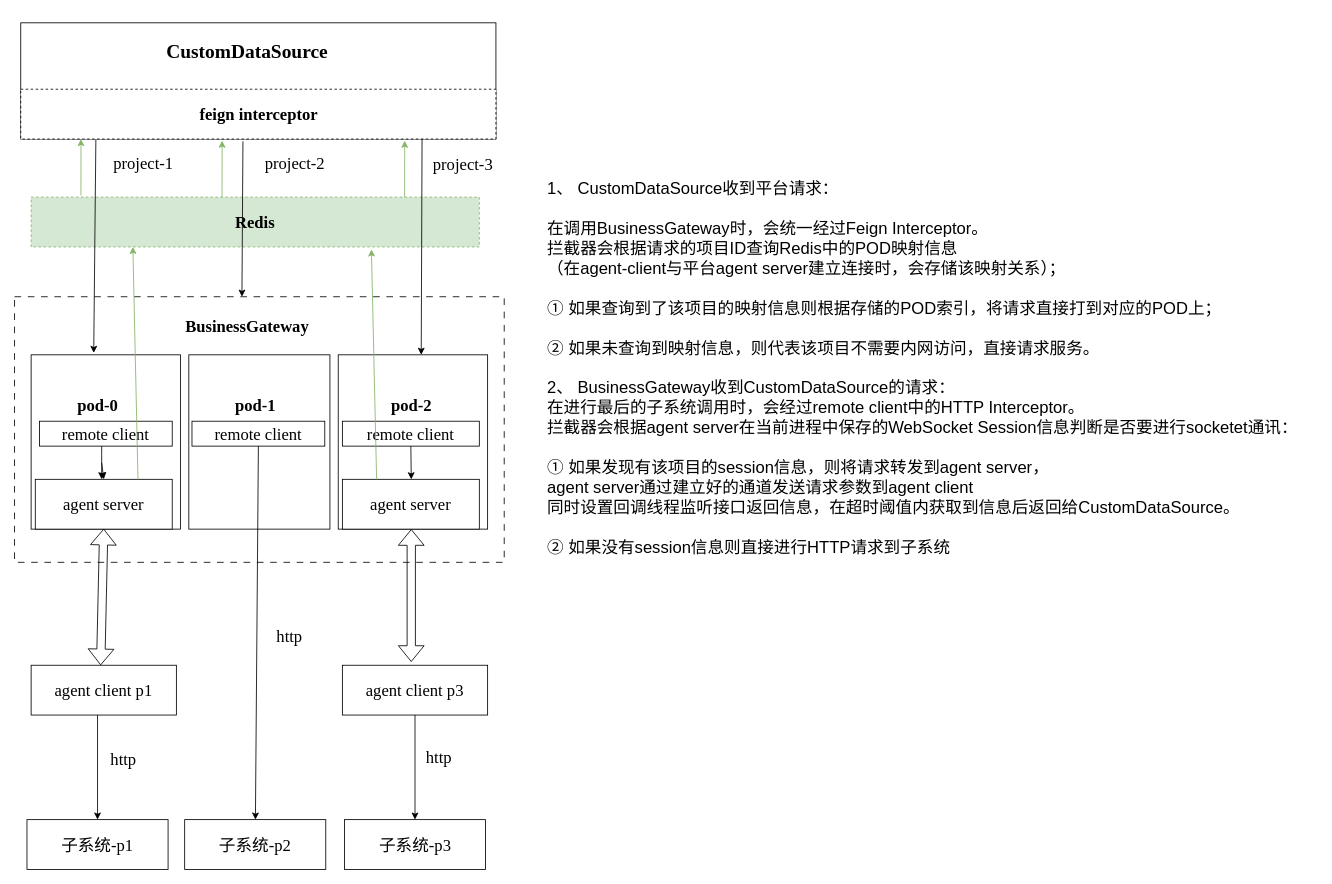
This is 数据源内网方案详细技术流程图.drawio from 876192453/draw, a draw.io file, before an edit. Source tidied: cells renumbered, new cells numbered last; positions are measured from the earlier drawing's top-left corner, leaving out a move shared by most shapes. Both pictures are drawn from the tidied source at 83%, with x=0, y=0 at pixel (14, 14).
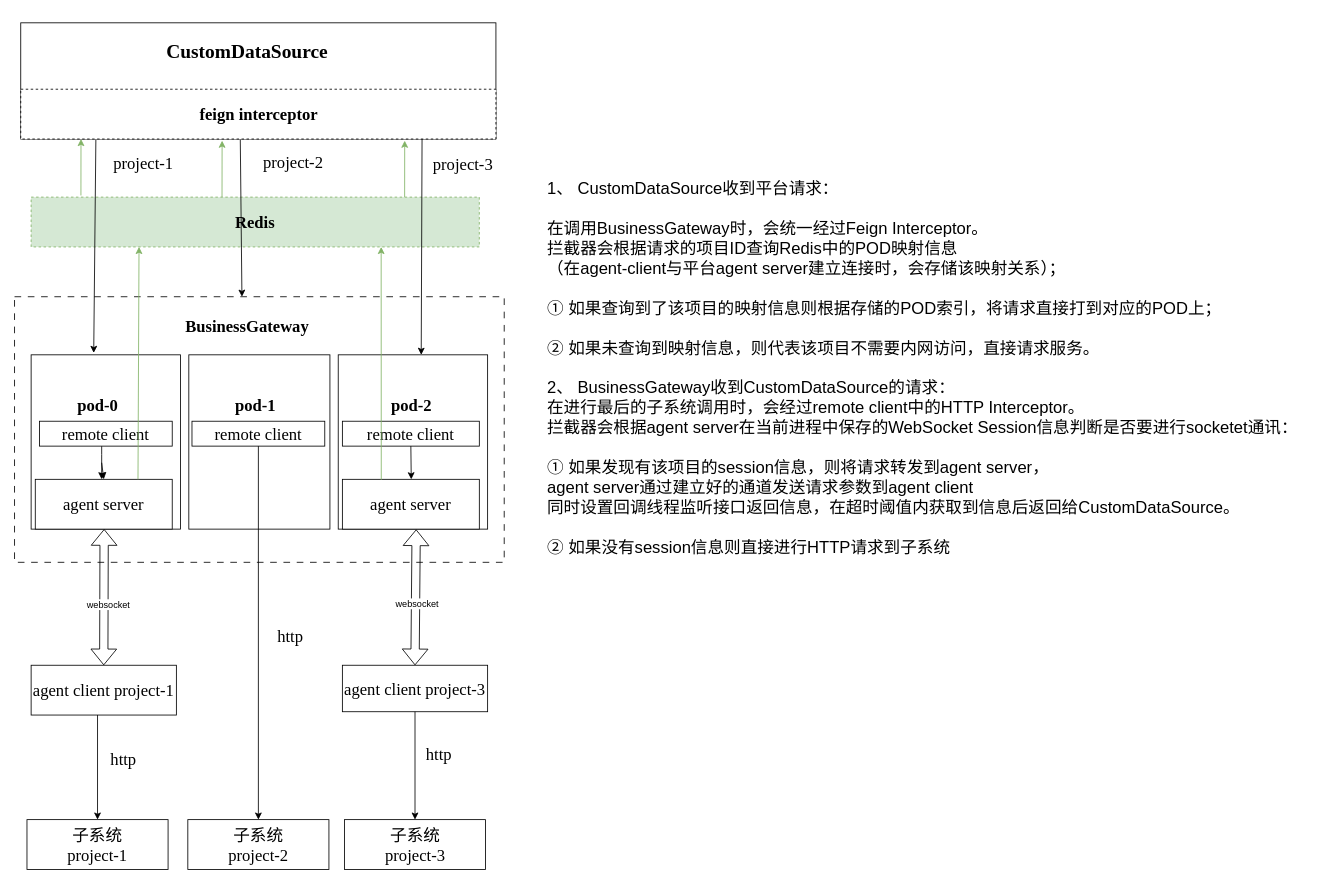
The same page after the edit.

Commit message:
更新数据源内网方案详细技术流程图.drawio

Unchanged cells that the change refers to:
```xml
<mxCell id="6" value="&lt;h3&gt;&lt;font style=&quot;font-size: 20px;&quot;&gt;Redis&lt;/font&gt;&lt;/h3&gt;" style="rounded=0;whiteSpace=wrap;html=1;hachureGap=4;fontFamily=Garamond;fontSize=20;labelBorderColor=none;dashed=1;labelBackgroundColor=none;fillColor=#d5e8d4;strokeColor=#82b366;" parent="1" vertex="1">
  <mxGeometry x="20" y="220" width="540" height="60" as="geometry" />
</mxCell>
<mxCell id="11" value="agent server" style="rounded=0;whiteSpace=wrap;html=1;hachureGap=4;fontFamily=Garamond;fontSize=20;labelBackgroundColor=none;" parent="1" vertex="1">
  <mxGeometry x="25" y="560" width="165" height="60" as="geometry" />
</mxCell>
<mxCell id="13" value="remote client" style="rounded=0;whiteSpace=wrap;html=1;hachureGap=4;fontFamily=Garamond;fontSize=20;labelBackgroundColor=none;" parent="1" vertex="1">
  <mxGeometry x="30" y="490" width="160" height="30" as="geometry" />
</mxCell>
<mxCell id="15" value="agent server" style="rounded=0;whiteSpace=wrap;html=1;hachureGap=4;fontFamily=Garamond;fontSize=20;labelBackgroundColor=none;" parent="1" vertex="1">
  <mxGeometry x="395" y="560" width="165" height="60" as="geometry" />
</mxCell>
<mxCell id="27" value="&lt;h4&gt;feign interceptor&lt;/h4&gt;" style="rounded=0;whiteSpace=wrap;html=1;hachureGap=4;fontFamily=Garamond;fontSize=20;labelBackgroundColor=none;dashed=1;" parent="1" vertex="1">
  <mxGeometry x="7.5" y="90" width="572.5" height="60" as="geometry" />
</mxCell>
```

What changed in the source:
```diff
@@
-    <mxCell id="8" value="agent client p1" style="rounded=0;whiteSpace=wrap;html=1;hachureGap=4;fontFamily=Garamond;fontSize=20;labelBackgroundColor=none;" parent="1" vertex="1">
+    <mxCell id="8" value="agent client project-1" style="rounded=0;whiteSpace=wrap;html=1;hachureGap=4;fontFamily=Garamond;fontSize=20;labelBackgroundColor=none;" parent="1" vertex="1">
       <mxGeometry x="20" y="784" width="175" height="60" as="geometry" />
     </mxCell>
@@
-    <mxCell id="12" style="edgeStyle=orthogonalEdgeStyle;rounded=0;jettySize=auto;html=1;" parent="1" edge="1" source="13" target="11">
+    <mxCell id="12" style="edgeStyle=orthogonalEdgeStyle;rounded=0;jettySize=auto;html=1;labelBackgroundColor=none;" parent="1" edge="1" source="13" target="11">
       <mxGeometry relative="1" as="geometry">
         <Array as="points">
           <mxPoint x="105" y="530" />
           <mxPoint x="105" y="530" />
         </Array>
       </mxGeometry>
     </mxCell>
@@
-    <mxCell id="17" value="agent client p3" style="rounded=0;whiteSpace=wrap;html=1;hachureGap=4;fontFamily=Garamond;fontSize=20;labelBackgroundColor=none;" parent="1" vertex="1">
-      <mxGeometry x="395" y="784" width="175" height="60" as="geometry" />
+    <mxCell id="17" value="agent client project-3" style="rounded=0;whiteSpace=wrap;html=1;hachureGap=4;fontFamily=Garamond;fontSize=20;labelBackgroundColor=none;" parent="1" vertex="1">
+      <mxGeometry x="395" y="784" width="175" height="56" as="geometry" />
     </mxCell>
-    <mxCell id="18" style="endArrow=classic;startArrow=classic;html=1;rounded=0;hachureGap=4;fontFamily=Garamond;fontSize=16;entryX=0.5;entryY=0.992;entryDx=0;entryDy=0;labelBackgroundColor=none;fontColor=default;shape=flexArrow;entryPerimeter=0;" parent="1" edge="1" target="11">
+    <mxCell id="18" style="endArrow=classic;startArrow=classic;html=1;rounded=0;hachureGap=4;fontFamily=Garamond;fontSize=16;labelBackgroundColor=none;fontColor=default;shape=flexArrow;exitX=0.5;exitY=0;exitDx=0;exitDy=0;" parent="1" edge="1" source="8">
       <mxGeometry relative="1" as="geometry">
-        <mxPoint x="103.8" y="784" as="sourcePoint" />
+        <mxPoint x="108" y="620" as="targetPoint" />
       </mxGeometry>
     </mxCell>
+    <mxCell id="47" value="websocket" style="edgeLabel;html=1;align=center;verticalAlign=middle;" parent="18" vertex="1">
+      <mxGeometry x="-0.1" relative="1" as="geometry">
+        <mxPoint x="5" as="offset" />
+      </mxGeometry>
+    </mxCell>
-    <mxCell id="19" style="endArrow=classic;startArrow=classic;html=1;rounded=0;hachureGap=4;fontFamily=Garamond;fontSize=16;labelBackgroundColor=none;fontColor=default;shape=flexArrow;" parent="1" edge="1">
-      <mxGeometry relative="1" as="geometry">
-        <mxPoint x="478" y="780" as="sourcePoint" />
-        <mxPoint x="478" y="620" as="targetPoint" />
-      </mxGeometry>
+    <mxCell id="19" style="endArrow=classic;startArrow=classic;html=1;rounded=0;hachureGap=4;fontFamily=Garamond;fontSize=16;labelBackgroundColor=none;fontColor=default;shape=flexArrow;exitX=0.5;exitY=0;exitDx=0;exitDy=0;entryX=0.539;entryY=1.006;entryDx=0;entryDy=0;entryPerimeter=0;" parent="1" edge="1" source="17" target="15">
+      <mxGeometry relative="1" as="geometry" />
     </mxCell>
+    <mxCell id="48" value="websocket" style="edgeLabel;html=1;align=center;verticalAlign=middle;" parent="19" vertex="1">
+      <mxGeometry x="-0.08" y="-1" relative="1" as="geometry" />
+    </mxCell>
-    <mxCell id="20" style="endArrow=classic;html=1;rounded=0;hachureGap=4;fontFamily=Garamond;fontSize=16;labelBackgroundColor=none;fontColor=default;fillColor=#d5e8d4;strokeColor=#82b366;exitX=0.25;exitY=0;exitDx=0;exitDy=0;" parent="1" edge="1" source="15">
-      <mxGeometry relative="1" as="geometry">
-        <mxPoint x="430" y="283" as="targetPoint" />
-      </mxGeometry>
+    <mxCell id="20" style="endArrow=classic;html=1;rounded=0;hachureGap=4;fontFamily=Garamond;fontSize=16;labelBackgroundColor=none;fontColor=default;fillColor=#d5e8d4;strokeColor=#82b366;exitX=0.284;exitY=0.01;exitDx=0;exitDy=0;exitPerimeter=0;entryX=0.781;entryY=1;entryDx=0;entryDy=0;entryPerimeter=0;" parent="1" edge="1" source="15" target="6">
+      <mxGeometry relative="1" as="geometry" />
     </mxCell>
-    <mxCell id="21" style="endArrow=classic;html=1;rounded=0;hachureGap=4;fontFamily=Garamond;fontSize=16;entryX=0.227;entryY=0.999;entryDx=0;entryDy=0;entryPerimeter=0;exitX=0.75;exitY=0;exitDx=0;exitDy=0;labelBackgroundColor=none;fontColor=default;fillColor=#d5e8d4;strokeColor=#82b366;" parent="1" edge="1" source="11" target="6">
-      <mxGeometry relative="1" as="geometry" />
+    <mxCell id="21" style="endArrow=classic;html=1;rounded=0;hachureGap=4;fontFamily=Garamond;fontSize=16;exitX=0.75;exitY=0;exitDx=0;exitDy=0;labelBackgroundColor=none;fontColor=default;fillColor=#d5e8d4;strokeColor=#82b366;" parent="1" edge="1" source="11">
+      <mxGeometry relative="1" as="geometry">
+        <mxPoint x="150" y="280" as="targetPoint" />
+      </mxGeometry>
     </mxCell>
@@
-    <mxCell id="23" value="子系统-p1" style="rounded=0;whiteSpace=wrap;html=1;hachureGap=4;fontFamily=Garamond;fontSize=20;labelBackgroundColor=none;" parent="1" vertex="1">
+    <mxCell id="23" value="子系统&lt;br&gt;project-1" style="rounded=0;whiteSpace=wrap;html=1;hachureGap=4;fontFamily=Garamond;fontSize=20;labelBackgroundColor=none;" parent="1" vertex="1">
       <mxGeometry x="15" y="970" width="170" height="60" as="geometry" />
     </mxCell>
-    <mxCell id="24" value="子系统-p3" style="rounded=0;whiteSpace=wrap;html=1;hachureGap=4;fontFamily=Garamond;fontSize=20;labelBackgroundColor=none;" parent="1" vertex="1">
+    <mxCell id="24" value="子系统&lt;br&gt;project-3" style="rounded=0;whiteSpace=wrap;html=1;hachureGap=4;fontFamily=Garamond;fontSize=20;labelBackgroundColor=none;" parent="1" vertex="1">
       <mxGeometry x="397.5" y="970" width="170" height="60" as="geometry" />
     </mxCell>
@@
-    <mxCell id="26" value="子系统-p2" style="rounded=0;whiteSpace=wrap;html=1;hachureGap=4;fontFamily=Garamond;fontSize=20;labelBackgroundColor=none;" parent="1" vertex="1">
-      <mxGeometry x="205" y="970" width="170" height="60" as="geometry" />
+    <mxCell id="26" value="子系统&lt;br&gt;project-2" style="rounded=0;whiteSpace=wrap;html=1;hachureGap=4;fontFamily=Garamond;fontSize=20;labelBackgroundColor=none;" parent="1" vertex="1">
+      <mxGeometry x="208.8" y="970" width="170" height="60" as="geometry" />
     </mxCell>
@@
-    <mxCell id="42" value="&lt;font style=&quot;font-size: 20px;&quot;&gt;1、 CustomDataSource收到平台请求：&lt;br&gt;&lt;br&gt;在调用BusinessGateway时，会统一经过Feign Interceptor。&lt;br&gt;拦截器会根据请求的项目ID查询Redis中的POD映射信息&lt;br&gt;（在agent-client与平台agent server建立连接时，会存储该映射关系）；&lt;br&gt;&lt;br&gt;① 如果查询到了该项目的映射信息则根据存储的POD索引，将请求直接打到对应的POD上；&lt;br&gt;&lt;br&gt;② 如果未查询到映射信息，则代表该项目不需要内网访问，直接请求服务。&lt;br&gt;&lt;br&gt;2、 BusinessGateway收到CustomDataSource的请求：&lt;br&gt;在进行最后的子系统调用时，会经过remote client中的HTTP Interceptor。&lt;br&gt;拦截器会根据agent server在当前进程中保存的WebSocket Session信息判断是否要进行socketet通讯：&lt;br&gt;&lt;br&gt;① 如果发现有该项目的session信息，则将请求转发到agent server，&lt;br&gt;agent server通过建立好的通道发送请求参数到agent client&lt;br&gt;同时设置回调线程监听接口返回信息，在超时阈值内获取到信息后返回给CustomDataSource。&lt;br&gt;&lt;br&gt;② 如果没有session信息则直接进行HTTP请求到子系统&lt;br&gt;&lt;/font&gt;" style="text;html=1;align=left;verticalAlign=middle;strokeColor=none;fillColor=none;" parent="1" vertex="1">
+    <mxCell id="42" value="&lt;font style=&quot;font-size: 20px;&quot;&gt;1、 CustomDataSource收到平台请求：&lt;br&gt;&lt;br&gt;在调用BusinessGateway时，会统一经过Feign Interceptor。&lt;br&gt;拦截器会根据请求的项目ID查询Redis中的POD映射信息&lt;br&gt;（在agent-client与平台agent server建立连接时，会存储该映射关系）；&lt;br&gt;&lt;br&gt;① 如果查询到了该项目的映射信息则根据存储的POD索引，将请求直接打到对应的POD上；&lt;br&gt;&lt;br&gt;② 如果未查询到映射信息，则代表该项目不需要内网访问，直接请求服务。&lt;br&gt;&lt;br&gt;2、 BusinessGateway收到CustomDataSource的请求：&lt;br&gt;在进行最后的子系统调用时，会经过remote client中的HTTP Interceptor。&lt;br&gt;拦截器会根据agent server在当前进程中保存的WebSocket Session信息判断是否要进行socketet通讯：&lt;br&gt;&lt;br&gt;① 如果发现有该项目的session信息，则将请求转发到agent server，&lt;br&gt;agent server通过建立好的通道发送请求参数到agent client&lt;br&gt;同时设置回调线程监听接口返回信息，在超时阈值内获取到信息后返回给CustomDataSource。&lt;br&gt;&lt;br&gt;② 如果没有session信息则直接进行HTTP请求到子系统&lt;br&gt;&lt;/font&gt;" style="text;html=1;align=left;verticalAlign=middle;strokeColor=none;fillColor=none;labelBackgroundColor=none;" parent="1" vertex="1">
       <mxGeometry x="640" y="190" width="930" height="470" as="geometry" />
     </mxCell>
@@
-    <mxCell id="45" style="endArrow=classic;html=1;rounded=0;hachureGap=4;fontFamily=Garamond;fontSize=16;exitX=0.175;exitY=1.014;exitDx=0;exitDy=0;exitPerimeter=0;labelBackgroundColor=none;fontColor=default;textOpacity=80;" parent="1" edge="1">
+    <mxCell id="45" style="endArrow=classic;html=1;rounded=0;hachureGap=4;fontFamily=Garamond;fontSize=16;exitX=0.462;exitY=1.012;exitDx=0;exitDy=0;exitPerimeter=0;labelBackgroundColor=none;fontColor=default;textOpacity=80;" parent="1" edge="1" source="27">
       <mxGeometry relative="1" as="geometry">
-        <mxPoint x="275.2" y="152.8" as="sourcePoint" />
         <mxPoint x="274" y="340" as="targetPoint" />
       </mxGeometry>
     </mxCell>
```
